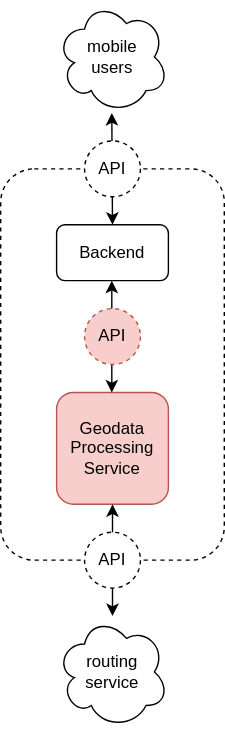
Before: img/mobile-app-architecture.svg, a diagram exported from draw.io (s-fleck/simple-webservices-with-plumber-uros2020). Source tidied: cells renumbered, new cells last; positions are measured from the earlier drawing's top-left corner, leaving out a move shared by most shapes.
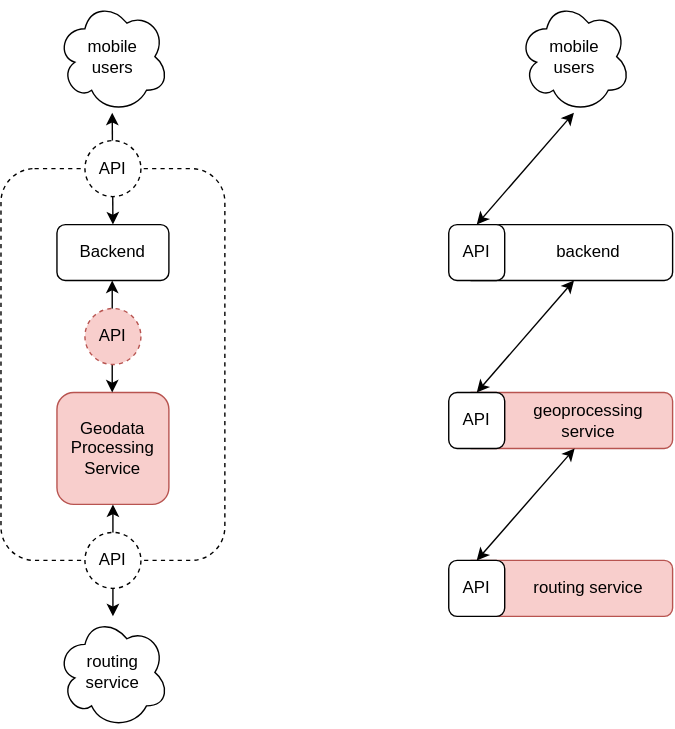
Above is the later version.

Change to the diagram source:
```diff
@@ -2,6 +2,9 @@
   <root>
     <mxCell id="0" />
     <mxCell id="1" parent="0" />
+    <mxCell id="13" style="rounded=1;whiteSpace=wrap;html=1;" parent="1" vertex="1">
+      <mxGeometry x="330" y="160" width="150" height="40" as="geometry" />
+    </mxCell>
     <mxCell id="2" style="rounded=1;whiteSpace=wrap;html=1;dashed=1;" parent="1" vertex="1">
       <mxGeometry y="120" width="160" height="280" as="geometry" />
     </mxCell>
@@ -42,5 +45,47 @@
     <mxCell id="12" value="API" style="ellipse;whiteSpace=wrap;html=1;dashed=1;" parent="1" vertex="1">
       <mxGeometry x="60" y="100" width="40" height="40" as="geometry" />
     </mxCell>
+    <mxCell id="14" style="rounded=1;whiteSpace=wrap;html=1;fillColor=#f8cecc;strokeColor=#b85450;" parent="1" vertex="1">
+      <mxGeometry x="330" y="280" width="150" height="40" as="geometry" />
+    </mxCell>
+    <mxCell id="15" value="&lt;div&gt;mobile&lt;/div&gt;&lt;div&gt;users&lt;br&gt;&lt;/div&gt;" style="ellipse;shape=cloud;whiteSpace=wrap;html=1;" parent="1" vertex="1">
+      <mxGeometry x="370" width="80" height="80" as="geometry" />
+    </mxCell>
+    <mxCell id="16" style="endArrow=classic;startArrow=classic;html=1;exitX=0.5;exitY=0;exitDx=0;exitDy=0;" parent="1" edge="1" source="19">
+      <mxGeometry relative="1" as="geometry">
+        <mxPoint x="409.5" y="200" as="targetPoint" />
+      </mxGeometry>
+    </mxCell>
+    <mxCell id="17" style="endArrow=classic;startArrow=classic;html=1;exitX=0.5;exitY=0;exitDx=0;exitDy=0;" parent="1" edge="1" source="18">
+      <mxGeometry relative="1" as="geometry">
+        <mxPoint x="409.5" y="80" as="targetPoint" />
+      </mxGeometry>
+    </mxCell>
+    <mxCell id="18" value="API" style="rounded=1;whiteSpace=wrap;html=1;" parent="1" vertex="1">
+      <mxGeometry x="320" y="160" width="40" height="40" as="geometry" />
+    </mxCell>
+    <mxCell id="19" value="API" style="rounded=1;whiteSpace=wrap;html=1;" parent="1" vertex="1">
+      <mxGeometry x="320" y="280" width="40" height="40" as="geometry" />
+    </mxCell>
+    <mxCell id="20" style="rounded=1;whiteSpace=wrap;html=1;fillColor=#f8cecc;strokeColor=#b85450;" parent="1" vertex="1">
+      <mxGeometry x="330" y="400" width="150" height="40" as="geometry" />
+    </mxCell>
+    <mxCell id="21" value="API" style="rounded=1;whiteSpace=wrap;html=1;" parent="1" vertex="1">
+      <mxGeometry x="320" y="400" width="40" height="40" as="geometry" />
+    </mxCell>
+    <mxCell id="22" value="&lt;div&gt;geoprocessing&lt;/div&gt;&lt;div&gt;service&lt;br&gt;&lt;/div&gt;" style="text;html=1;strokeColor=none;fillColor=none;align=center;verticalAlign=middle;whiteSpace=wrap;rounded=0;dashed=1;" parent="1" vertex="1">
+      <mxGeometry x="360" y="290" width="120" height="20" as="geometry" />
+    </mxCell>
+    <mxCell id="23" value="routing service" style="text;html=1;strokeColor=none;fillColor=none;align=center;verticalAlign=middle;whiteSpace=wrap;rounded=0;dashed=1;" parent="1" vertex="1">
+      <mxGeometry x="360" y="410" width="120" height="20" as="geometry" />
+    </mxCell>
+    <mxCell id="24" value="backend" style="text;html=1;strokeColor=none;fillColor=none;align=center;verticalAlign=middle;whiteSpace=wrap;rounded=0;dashed=1;" parent="1" vertex="1">
+      <mxGeometry x="360" y="170" width="120" height="20" as="geometry" />
+    </mxCell>
+    <mxCell id="25" style="endArrow=classic;startArrow=classic;html=1;exitX=0.5;exitY=0;exitDx=0;exitDy=0;" parent="1" edge="1" source="21">
+      <mxGeometry relative="1" as="geometry">
+        <mxPoint x="410" y="320" as="targetPoint" />
+      </mxGeometry>
+    </mxCell>
   </root>
 </mxGraphModel>
```
